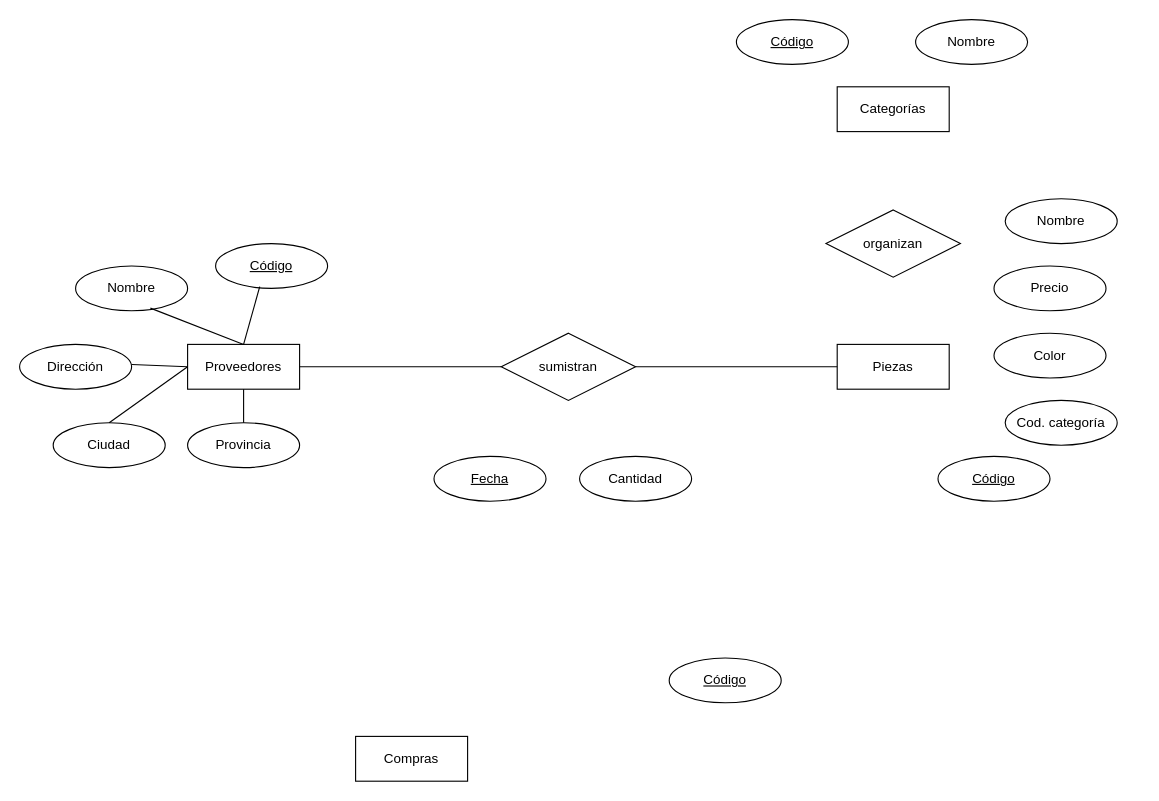
Earlier version of the draw.io diagram Untitled Diagram.drawio (popnoart/popnoart). Source tidied: cells renumbered, new cells numbered last; positions are measured from the earlier drawing's top-left corner, leaving out a move shared by most shapes. Both pictures are drawn from the tidied source at 112%, with x=0, y=0 at pixel (19, 19).
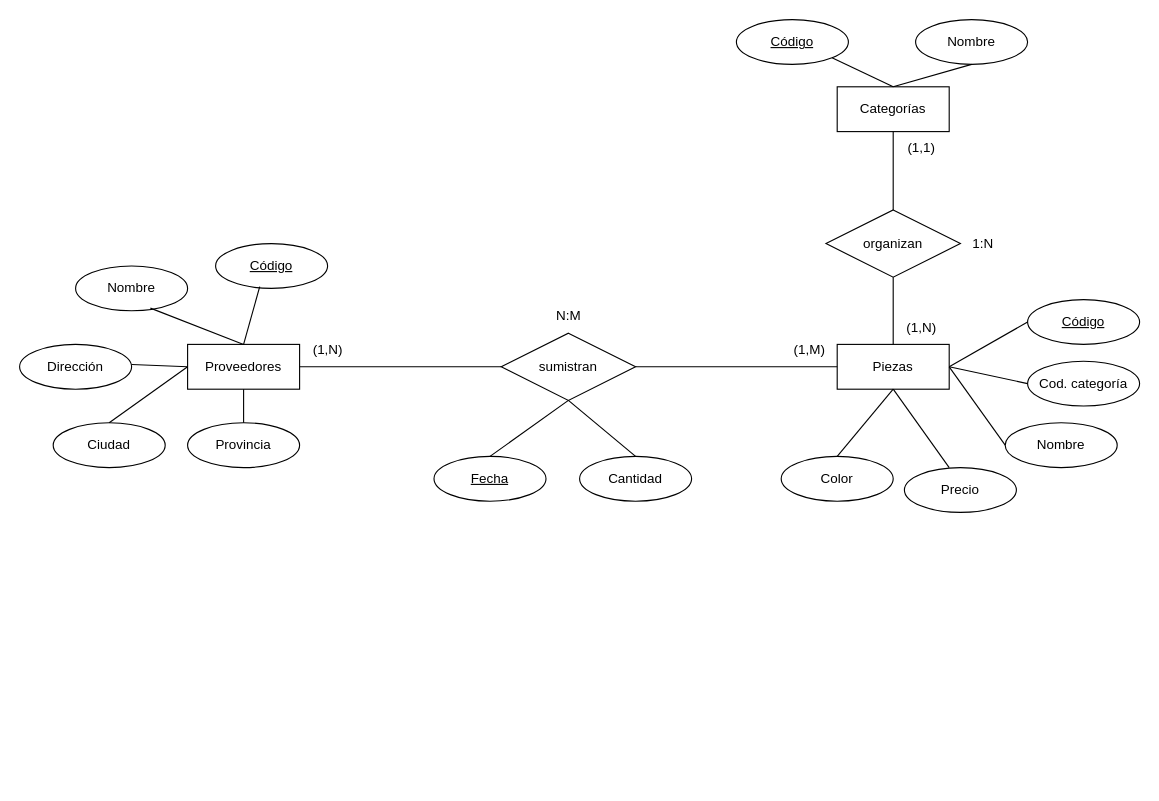
The same diagram, later.

Unchanged cells that the change refers to:
```xml
<mxCell id="8" value="sumistran" style="shape=rhombus;perimeter=rhombusPerimeter;whiteSpace=wrap;html=1;align=center;" parent="1" vertex="1">
  <mxGeometry x="430" y="280" width="120" height="60" as="geometry" />
</mxCell>
<mxCell id="11" value="Fecha" style="ellipse;whiteSpace=wrap;html=1;align=center;fontStyle=4;" parent="1" vertex="1">
  <mxGeometry x="370" y="390" width="100" height="40" as="geometry" />
</mxCell>
<mxCell id="12" value="Cantidad" style="ellipse;whiteSpace=wrap;html=1;align=center;" parent="1" vertex="1">
  <mxGeometry x="500" y="390" width="100" height="40" as="geometry" />
</mxCell>
<mxCell id="13" value="Piezas" style="whiteSpace=wrap;html=1;align=center;" parent="1" vertex="1">
  <mxGeometry x="730" y="290" width="100" height="40" as="geometry" />
</mxCell>
<mxCell id="19" value="Categorías" style="whiteSpace=wrap;html=1;align=center;" parent="1" vertex="1">
  <mxGeometry x="730" y="60" width="100" height="40" as="geometry" />
</mxCell>
<mxCell id="20" value="Código" style="ellipse;whiteSpace=wrap;html=1;align=center;fontStyle=4;" parent="1" vertex="1">
  <mxGeometry x="640" width="100" height="40" as="geometry" />
</mxCell>
<mxCell id="21" value="Nombre" style="ellipse;whiteSpace=wrap;html=1;align=center;" parent="1" vertex="1">
  <mxGeometry x="800" width="100" height="40" as="geometry" />
</mxCell>
<mxCell id="22" value="organizan" style="shape=rhombus;perimeter=rhombusPerimeter;whiteSpace=wrap;html=1;align=center;" parent="1" vertex="1">
  <mxGeometry x="720" y="170" width="120" height="60" as="geometry" />
</mxCell>
```

The edit, as a diff of the source:
```diff
@@
-    <mxCell id="9" value="Compras" style="whiteSpace=wrap;html=1;align=center;" parent="1" vertex="1">
-      <mxGeometry x="300" y="640" width="100" height="40" as="geometry" />
-    </mxCell>
-    <mxCell id="10" value="Código" style="ellipse;whiteSpace=wrap;html=1;align=center;fontStyle=4;" parent="1" vertex="1">
-      <mxGeometry x="580" y="570" width="100" height="40" as="geometry" />
-    </mxCell>
@@
     <mxCell id="14" value="Código" style="ellipse;whiteSpace=wrap;html=1;align=center;fontStyle=4;" parent="1" vertex="1">
-      <mxGeometry x="820" y="390" width="100" height="40" as="geometry" />
+      <mxGeometry x="900" y="250" width="100" height="40" as="geometry" />
     </mxCell>
     <mxCell id="15" value="Nombre" style="ellipse;whiteSpace=wrap;html=1;align=center;" parent="1" vertex="1">
-      <mxGeometry x="880" y="160" width="100" height="40" as="geometry" />
+      <mxGeometry x="880" y="360" width="100" height="40" as="geometry" />
     </mxCell>
     <mxCell id="16" value="Color" style="ellipse;whiteSpace=wrap;html=1;align=center;" parent="1" vertex="1">
-      <mxGeometry x="870" y="280" width="100" height="40" as="geometry" />
+      <mxGeometry x="680" y="390" width="100" height="40" as="geometry" />
     </mxCell>
     <mxCell id="17" value="Precio" style="ellipse;whiteSpace=wrap;html=1;align=center;" parent="1" vertex="1">
-      <mxGeometry x="870" y="220" width="100" height="40" as="geometry" />
+      <mxGeometry x="790" y="400" width="100" height="40" as="geometry" />
     </mxCell>
     <mxCell id="18" value="Cod. categoría" style="ellipse;whiteSpace=wrap;html=1;align=center;" parent="1" vertex="1">
-      <mxGeometry x="880" y="340" width="100" height="40" as="geometry" />
+      <mxGeometry x="900" y="305" width="100" height="40" as="geometry" />
     </mxCell>
@@
+    <mxCell id="30" style="endArrow=none;html=1;rounded=0;exitX=0.5;exitY=0;exitDx=0;exitDy=0;entryX=0.5;entryY=1;entryDx=0;entryDy=0;" parent="1" edge="1" source="11" target="8">
+      <mxGeometry relative="1" as="geometry" />
+    </mxCell>
+    <mxCell id="31" style="endArrow=none;html=1;rounded=0;exitX=0.5;exitY=0;exitDx=0;exitDy=0;" parent="1" edge="1" source="12">
+      <mxGeometry relative="1" as="geometry">
+        <mxPoint x="490" y="340" as="targetPoint" />
+      </mxGeometry>
+    </mxCell>
+    <mxCell id="32" style="endArrow=none;html=1;rounded=0;entryX=0.5;entryY=0;entryDx=0;entryDy=0;" parent="1" edge="1" source="19" target="22">
+      <mxGeometry relative="1" as="geometry" />
+    </mxCell>
+    <mxCell id="33" style="endArrow=none;html=1;rounded=0;entryX=0.5;entryY=0;entryDx=0;entryDy=0;exitX=0.5;exitY=1;exitDx=0;exitDy=0;" parent="1" edge="1" source="22" target="13">
+      <mxGeometry relative="1" as="geometry" />
+    </mxCell>
+    <mxCell id="34" style="endArrow=none;html=1;rounded=0;exitX=1;exitY=1;exitDx=0;exitDy=0;entryX=0.5;entryY=0;entryDx=0;entryDy=0;" parent="1" edge="1" source="20" target="19">
+      <mxGeometry relative="1" as="geometry" />
+    </mxCell>
+    <mxCell id="35" style="endArrow=none;html=1;rounded=0;exitX=0.5;exitY=1;exitDx=0;exitDy=0;entryX=0.5;entryY=0;entryDx=0;entryDy=0;" parent="1" edge="1" source="21" target="19">
+      <mxGeometry relative="1" as="geometry" />
+    </mxCell>
+    <mxCell id="36" style="endArrow=none;html=1;rounded=0;entryX=0;entryY=0.5;entryDx=0;entryDy=0;exitX=1;exitY=0.5;exitDx=0;exitDy=0;" parent="1" edge="1" source="13" target="14">
+      <mxGeometry relative="1" as="geometry" />
+    </mxCell>
+    <mxCell id="37" style="endArrow=none;html=1;rounded=0;entryX=0;entryY=0.5;entryDx=0;entryDy=0;exitX=1;exitY=0.5;exitDx=0;exitDy=0;" parent="1" edge="1" source="13" target="18">
+      <mxGeometry relative="1" as="geometry" />
+    </mxCell>
+    <mxCell id="38" style="endArrow=none;html=1;rounded=0;entryX=0;entryY=0.5;entryDx=0;entryDy=0;exitX=1;exitY=0.5;exitDx=0;exitDy=0;" parent="1" edge="1" source="13" target="15">
+      <mxGeometry relative="1" as="geometry" />
+    </mxCell>
+    <mxCell id="39" style="endArrow=none;html=1;rounded=0;entryX=0.5;entryY=1;entryDx=0;entryDy=0;exitX=0.5;exitY=0;exitDx=0;exitDy=0;" parent="1" edge="1" source="16" target="13">
+      <mxGeometry relative="1" as="geometry" />
+    </mxCell>
+    <mxCell id="40" style="endArrow=none;html=1;rounded=0;" parent="1" edge="1">
+      <mxGeometry relative="1" as="geometry">
+        <mxPoint x="780" y="330" as="sourcePoint" />
+        <mxPoint x="830" y="400" as="targetPoint" />
+      </mxGeometry>
+    </mxCell>
+    <mxCell id="41" value="(1,M)" style="text;html=1;align=center;verticalAlign=middle;strokeColor=none;fillColor=none;" parent="1" vertex="1">
+      <mxGeometry x="680" y="280" width="50" height="30" as="geometry" />
+    </mxCell>
+    <mxCell id="42" value="(1,N)" style="text;html=1;align=center;verticalAlign=middle;strokeColor=none;fillColor=none;" parent="1" vertex="1">
+      <mxGeometry x="250" y="280" width="50" height="30" as="geometry" />
+    </mxCell>
+    <mxCell id="43" value="N:M" style="text;html=1;align=center;verticalAlign=middle;strokeColor=none;fillColor=none;" parent="1" vertex="1">
+      <mxGeometry x="465" y="250" width="50" height="30" as="geometry" />
+    </mxCell>
+    <mxCell id="44" value="(1,1)" style="text;html=1;align=center;verticalAlign=middle;strokeColor=none;fillColor=none;" parent="1" vertex="1">
+      <mxGeometry x="780" y="100" width="50" height="30" as="geometry" />
+    </mxCell>
+    <mxCell id="45" value="(1,N)" style="text;html=1;align=center;verticalAlign=middle;strokeColor=none;fillColor=none;" parent="1" vertex="1">
+      <mxGeometry x="780" y="260" width="50" height="30" as="geometry" />
+    </mxCell>
+    <mxCell id="46" value="1:N" style="text;html=1;align=center;verticalAlign=middle;strokeColor=none;fillColor=none;" parent="1" vertex="1">
+      <mxGeometry x="840" y="185" width="40" height="30" as="geometry" />
+    </mxCell>
```
